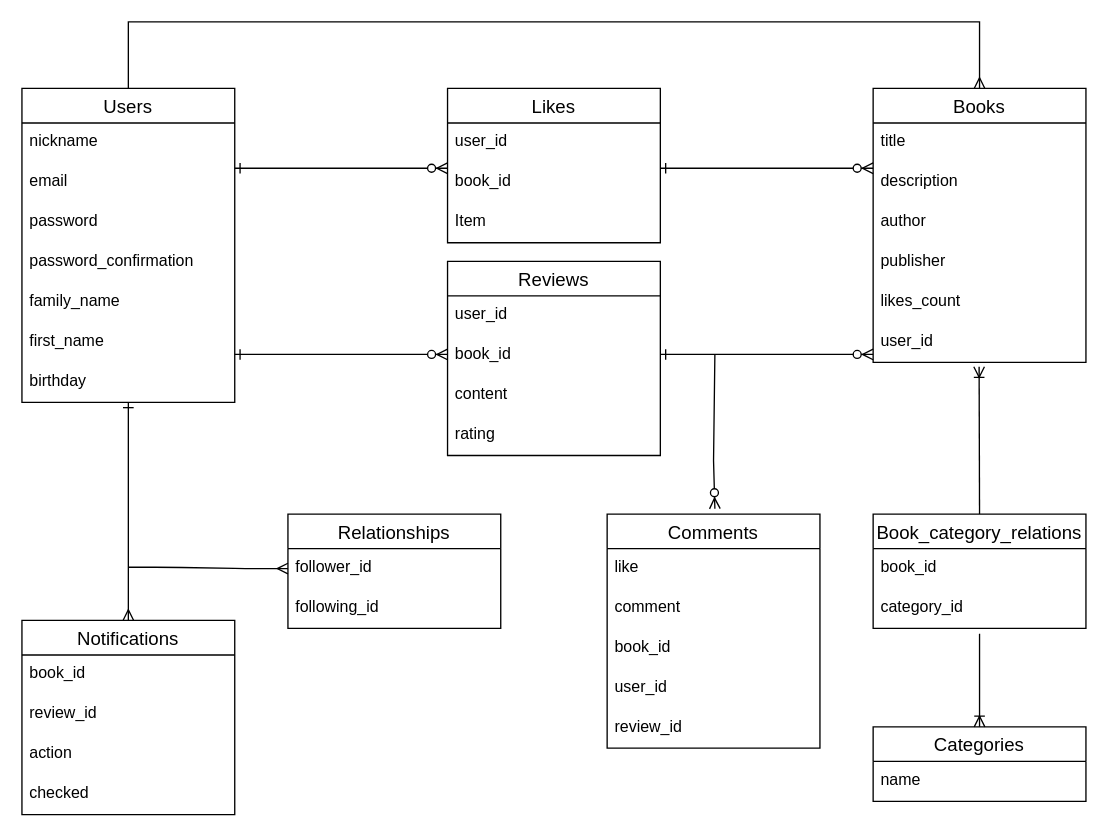
Earlier version of the draw.io diagram config/ERD.drawio (phyirome/my-bookshelf). Source tidied: cells renumbered, new cells numbered last; positions are measured from the earlier drawing's top-left corner, leaving out a move shared by most shapes. Both pictures are drawn from the tidied source at 133%, with x=0, y=0 at pixel (21, 21).
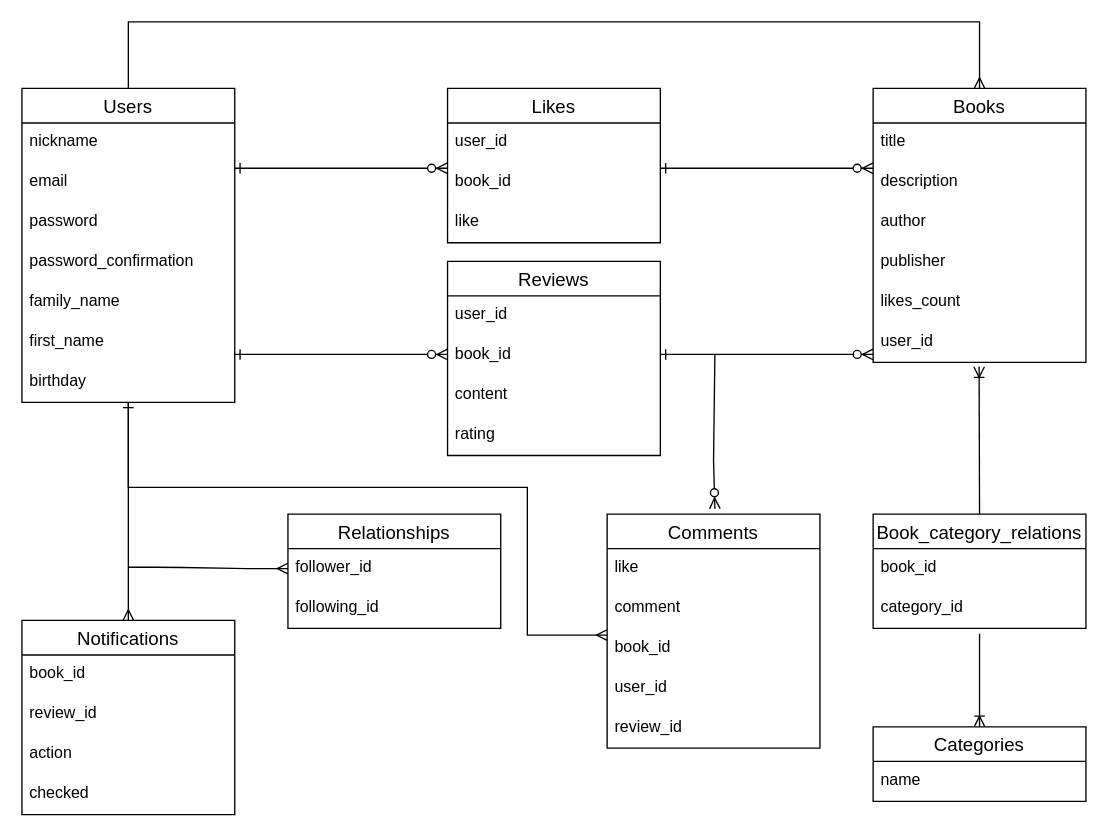
The same diagram, later.

Unchanged cells that the change refers to:
```xml
<mxCell id="11" value="birthday" style="text;strokeColor=none;fillColor=none;spacingLeft=4;spacingRight=4;overflow=hidden;points=[[0,0.5],[1,0.5]];portConstraint=eastwest;fontSize=12;" parent="4" vertex="1">
  <mxGeometry y="206" width="160" height="30" as="geometry" />
</mxCell>
<mxCell id="43" value="Likes" style="swimlane;fontStyle=0;horizontal=1;startSize=26;align=center;fontSize=14;" parent="1" vertex="1">
  <mxGeometry x="320" y="50" width="160" height="116" as="geometry" />
</mxCell>
<mxCell id="51" value="book_id" style="text;strokeColor=none;fillColor=none;spacingLeft=4;spacingRight=4;overflow=hidden;points=[[0,0.5],[1,0.5]];portConstraint=eastwest;fontSize=12;" parent="48" vertex="1">
  <mxGeometry y="86" width="160" height="30" as="geometry" />
</mxCell>
```

The edit, as a diff of the source:
```diff
@@
-    <mxCell id="46" value="Item" style="text;strokeColor=none;fillColor=none;spacingLeft=4;spacingRight=4;overflow=hidden;fontSize=12;" parent="43" vertex="1">
+    <mxCell id="46" value="like" style="text;strokeColor=none;fillColor=none;spacingLeft=4;spacingRight=4;overflow=hidden;fontSize=12;" parent="43" vertex="1">
       <mxGeometry y="86" width="160" height="30" as="geometry" />
     </mxCell>
@@
+    <mxCell id="55" style="edgeStyle=orthogonalEdgeStyle;rounded=0;jettySize=auto;html=1;entryX=0;entryY=0.167;entryDx=0;entryDy=0;entryPerimeter=0;endArrow=ERmany;endFill=0;" parent="1" edge="1" source="11" target="51">
+      <mxGeometry relative="1" as="geometry">
+        <Array as="points">
+          <mxPoint x="80" y="350" />
+          <mxPoint x="380" y="350" />
+          <mxPoint x="380" y="461" />
+        </Array>
+      </mxGeometry>
+    </mxCell>
```
